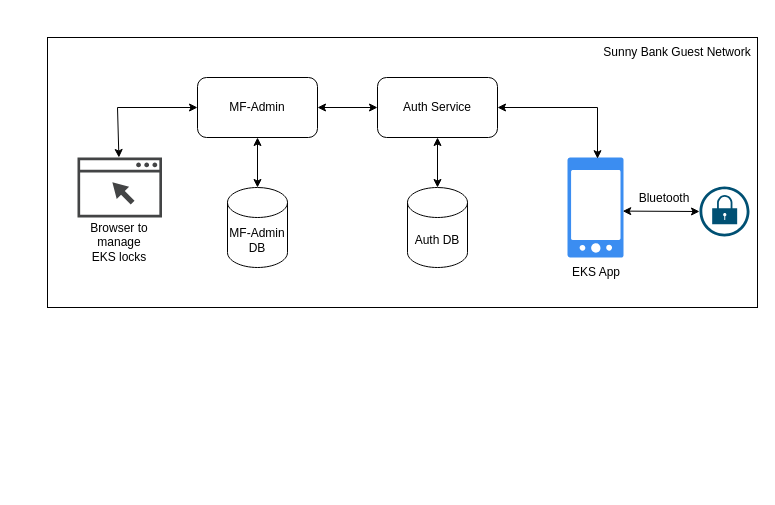
The draw.io diagram EnkoreSmartArch.drawio in kevin3747118/ALZK, before the edit. Source tidied: cells renumbered, new cells numbered last; positions are measured from the earlier drawing's top-left corner, leaving out a move shared by most shapes. Both pictures are drawn from the tidied source at 100%, with x=0, y=0 at pixel (47, 37).
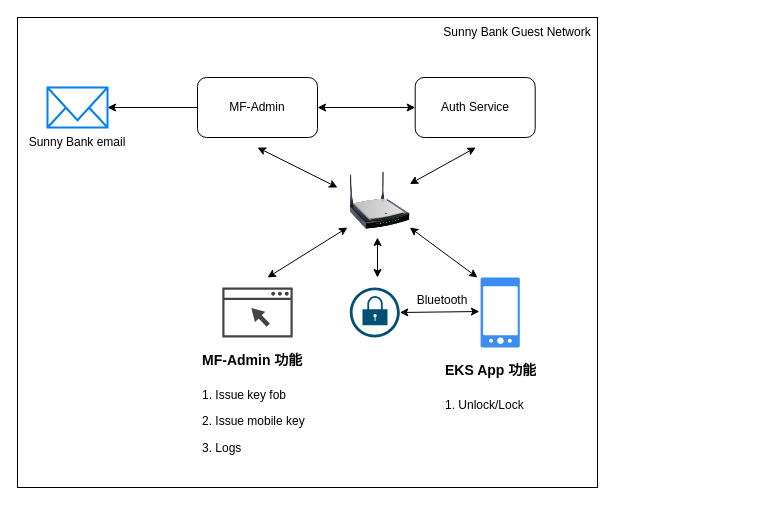
Above is the later version.

Unchanged cells that the change refers to:
```xml
<mxCell id="4" value="MF-Admin" style="rounded=1;whiteSpace=wrap;html=1;" parent="1" vertex="1">
  <mxGeometry x="150" y="40" width="120" height="60" as="geometry" />
</mxCell>
```

The edit, as a diff of the source:
```diff
@@
     <mxCell id="2" style="rounded=0;whiteSpace=wrap;html=1;" parent="1" vertex="1">
-      <mxGeometry width="710" height="270" as="geometry" />
+      <mxGeometry x="-30" y="-20" width="580" height="470" as="geometry" />
     </mxCell>
     <mxCell id="3" value="Sunny Bank Guest Network" style="text;html=1;align=center;verticalAlign=middle;whiteSpace=wrap;rounded=0;" parent="1" vertex="1">
-      <mxGeometry x="550" width="160" height="30" as="geometry" />
+      <mxGeometry x="390" y="-20" width="160" height="30" as="geometry" />
     </mxCell>
+    <mxCell id="20" style="edgeStyle=orthogonalEdgeStyle;rounded=0;jettySize=auto;html=1;exitX=0;exitY=0.5;exitDx=0;exitDy=0;" parent="1" edge="1" source="4" target="30">
+      <mxGeometry relative="1" as="geometry" />
+    </mxCell>
@@
     <mxCell id="5" value="Auth Service" style="rounded=1;whiteSpace=wrap;html=1;" parent="1" vertex="1">
-      <mxGeometry x="330" y="40" width="120" height="60" as="geometry" />
+      <mxGeometry x="367.7" y="40" width="120" height="60" as="geometry" />
     </mxCell>
-    <mxCell id="6" value="MF-Admin DB" style="shape=cylinder3;whiteSpace=wrap;html=1;boundedLbl=1;backgroundOutline=1;size=15;" parent="1" vertex="1">
-      <mxGeometry x="180" y="150" width="60" height="80" as="geometry" />
-    </mxCell>
-    <mxCell id="7" value="Auth DB" style="shape=cylinder3;whiteSpace=wrap;html=1;boundedLbl=1;backgroundOutline=1;size=15;" parent="1" vertex="1">
-      <mxGeometry x="360" y="150" width="60" height="80" as="geometry" />
-    </mxCell>
@@
-    <mxCell id="9" style="endArrow=classic;startArrow=classic;html=1;rounded=0;entryX=0.5;entryY=1;entryDx=0;entryDy=0;" parent="1" edge="1" source="7" target="5">
-      <mxGeometry relative="1" as="geometry" />
-    </mxCell>
-    <mxCell id="10" style="endArrow=classic;startArrow=classic;html=1;rounded=0;entryX=0.5;entryY=1;entryDx=0;entryDy=0;" parent="1" edge="1" source="6" target="4">
-      <mxGeometry relative="1" as="geometry" />
-    </mxCell>
     <mxCell id="11" style="sketch=0;html=1;strokeColor=none;shadow=0;fillColor=#3B8DF1;verticalAlign=top;labelPosition=center;verticalLabelPosition=bottom;shape=mxgraph.gcp2.phone_android;" parent="1" vertex="1">
-      <mxGeometry x="520" y="120" width="56" height="100" as="geometry" />
+      <mxGeometry x="433.1" y="240" width="39.2" height="70" as="geometry" />
     </mxCell>
-    <mxCell id="12" style="endArrow=classic;startArrow=classic;html=1;rounded=0;entryX=0.536;entryY=0.012;entryDx=0;entryDy=0;entryPerimeter=0;" parent="1" edge="1" target="11">
-      <mxGeometry relative="1" as="geometry">
-        <mxPoint x="450" y="70" as="sourcePoint" />
-        <Array as="points">
-          <mxPoint x="550" y="70" />
-        </Array>
-      </mxGeometry>
-    </mxCell>
     <mxCell id="13" style="sketch=0;shadow=0;dashed=0;html=1;strokeColor=none;fillColor=#434445;labelPosition=center;verticalLabelPosition=bottom;verticalAlign=top;align=center;outlineConnect=0;shape=mxgraph.vvd.web_browser;" parent="1" vertex="1">
-      <mxGeometry x="30" y="120" width="84.5" height="60" as="geometry" />
+      <mxGeometry x="174.8" y="250" width="70.4" height="50" as="geometry" />
     </mxCell>
-    <mxCell id="14" style="endArrow=classic;startArrow=classic;html=1;rounded=0;exitX=0;exitY=0.5;exitDx=0;exitDy=0;" parent="1" edge="1" source="4" target="13">
-      <mxGeometry relative="1" as="geometry">
-        <Array as="points">
-          <mxPoint x="70" y="70" />
-        </Array>
-      </mxGeometry>
-    </mxCell>
-    <mxCell id="15" value="Browser to manage EKS locks" style="text;html=1;align=center;verticalAlign=middle;whiteSpace=wrap;rounded=0;" parent="1" vertex="1">
-      <mxGeometry x="42.2" y="185" width="60" height="40" as="geometry" />
-    </mxCell>
-    <mxCell id="16" value="EKS App" style="text;html=1;align=center;verticalAlign=middle;whiteSpace=wrap;rounded=0;" parent="1" vertex="1">
-      <mxGeometry x="514" y="225" width="70" height="20" as="geometry" />
-    </mxCell>
     <mxCell id="17" style="sketch=0;points=[[0.5,0,0],[1,0.5,0],[0.5,1,0],[0,0.5,0],[0.145,0.145,0],[0.8555,0.145,0],[0.855,0.8555,0],[0.145,0.855,0]];verticalLabelPosition=bottom;html=1;verticalAlign=top;align=center;shape=mxgraph.cisco19.lock;fillColor=#005073;strokeColor=none;" parent="1" vertex="1">
-      <mxGeometry x="652" y="149" width="50" height="50" as="geometry" />
+      <mxGeometry x="302.3" y="250" width="50" height="50" as="geometry" />
     </mxCell>
-    <mxCell id="18" style="endArrow=classic;startArrow=classic;html=1;rounded=0;exitX=0.986;exitY=0.536;exitDx=0;exitDy=0;exitPerimeter=0;entryX=0;entryY=0.5;entryDx=0;entryDy=0;entryPerimeter=0;" parent="1" edge="1" source="11" target="17">
-      <mxGeometry relative="1" as="geometry" />
-    </mxCell>
     <mxCell id="19" value="Bluetooth" style="text;html=1;align=center;verticalAlign=middle;whiteSpace=wrap;rounded=0;" parent="1" vertex="1">
-      <mxGeometry x="584" y="148" width="66" height="25" as="geometry" />
+      <mxGeometry x="362.3" y="250" width="66" height="25" as="geometry" />
     </mxCell>
+    <mxCell id="21" style="image;html=1;image=img/lib/clip_art/networking/Wireless_Router_N_128x128.png;" parent="1" vertex="1">
+      <mxGeometry x="302.3" y="130" width="60" height="66" as="geometry" />
+    </mxCell>
+    <mxCell id="22" style="endArrow=classic;startArrow=classic;html=1;rounded=0;entryX=-0.031;entryY=0.486;entryDx=0;entryDy=0;entryPerimeter=0;" parent="1" edge="1" target="11">
+      <mxGeometry relative="1" as="geometry">
+        <mxPoint x="352.3" y="275" as="sourcePoint" />
+      </mxGeometry>
+    </mxCell>
+    <mxCell id="23" style="endArrow=classic;startArrow=classic;html=1;rounded=0;" parent="1" edge="1">
+      <mxGeometry relative="1" as="geometry">
+        <mxPoint x="220" y="240" as="sourcePoint" />
+        <mxPoint x="300" y="190" as="targetPoint" />
+      </mxGeometry>
+    </mxCell>
+    <mxCell id="24" style="endArrow=classic;startArrow=classic;html=1;rounded=0;" parent="1" edge="1">
+      <mxGeometry relative="1" as="geometry">
+        <mxPoint x="430" y="240" as="sourcePoint" />
+        <mxPoint x="362.3" y="190" as="targetPoint" />
+      </mxGeometry>
+    </mxCell>
+    <mxCell id="25" style="endArrow=classic;startArrow=classic;html=1;rounded=0;" parent="1" edge="1">
+      <mxGeometry relative="1" as="geometry">
+        <mxPoint x="330" y="240" as="sourcePoint" />
+        <mxPoint x="330" y="200" as="targetPoint" />
+      </mxGeometry>
+    </mxCell>
+    <mxCell id="26" style="endArrow=classic;startArrow=classic;html=1;rounded=0;" parent="1" edge="1">
+      <mxGeometry relative="1" as="geometry">
+        <mxPoint x="210" y="110" as="sourcePoint" />
+        <mxPoint x="290" y="150" as="targetPoint" />
+      </mxGeometry>
+    </mxCell>
+    <mxCell id="27" style="endArrow=classic;startArrow=classic;html=1;rounded=0;entryX=1;entryY=0.25;entryDx=0;entryDy=0;" parent="1" edge="1" target="21">
+      <mxGeometry relative="1" as="geometry">
+        <mxPoint x="428.3" y="110" as="sourcePoint" />
+      </mxGeometry>
+    </mxCell>
+    <mxCell id="28" value="&lt;h1&gt;&lt;font style=&quot;font-size: 14px;&quot;&gt;MF-Admin 功能&lt;/font&gt;&lt;/h1&gt;&lt;p&gt;1. Issue key fob&lt;/p&gt;&lt;p&gt;2. Issue mobile key&lt;/p&gt;&lt;p&gt;3. Logs&lt;/p&gt;" style="text;html=1;spacing=5;spacingTop=-20;whiteSpace=wrap;overflow=hidden;rounded=0;" parent="1" vertex="1">
+      <mxGeometry x="150" y="300" width="120" height="120" as="geometry" />
+    </mxCell>
+    <mxCell id="29" value="&lt;h1&gt;&lt;font style=&quot;font-size: 14px;&quot;&gt;EKS App 功能&lt;/font&gt;&lt;/h1&gt;&lt;p&gt;1. Unlock/Lock&lt;br&gt;&lt;/p&gt;" style="text;html=1;spacing=5;spacingTop=-20;whiteSpace=wrap;overflow=hidden;rounded=0;" parent="1" vertex="1">
+      <mxGeometry x="392.7" y="310" width="120" height="120" as="geometry" />
+    </mxCell>
+    <mxCell id="30" style="html=1;verticalLabelPosition=bottom;align=center;labelBackgroundColor=#ffffff;verticalAlign=top;strokeWidth=2;strokeColor=#0080F0;shadow=0;dashed=0;shape=mxgraph.ios7.icons.mail;" parent="1" vertex="1">
+      <mxGeometry y="50" width="60" height="40" as="geometry" />
+    </mxCell>
+    <mxCell id="31" value="Sunny Bank email" style="text;html=1;align=center;verticalAlign=middle;whiteSpace=wrap;rounded=0;" parent="1" vertex="1">
+      <mxGeometry x="-20" y="90" width="100" height="30" as="geometry" />
+    </mxCell>
```
